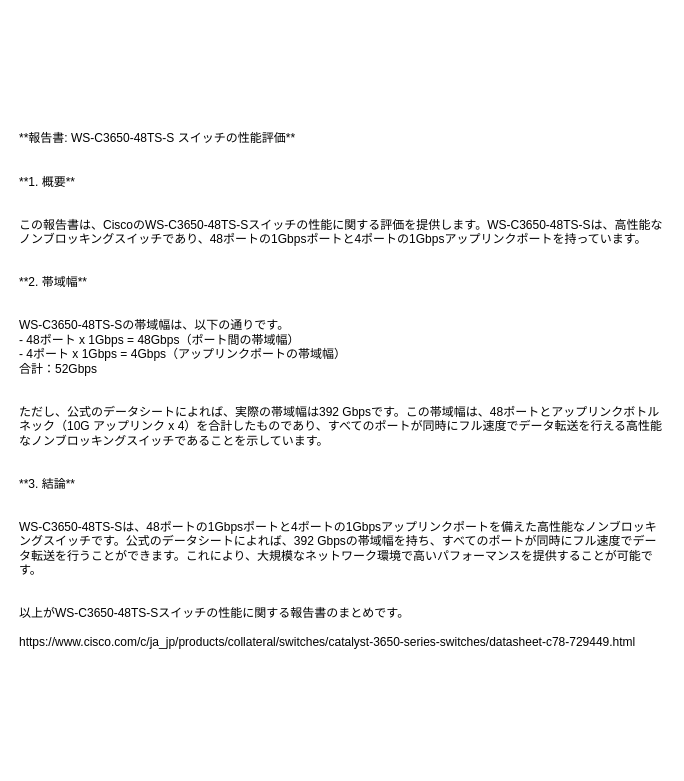
Earlier version of the draw.io diagram page "Cisco" (1 of 4) of memo.drawio (kyforprogram/ccna). Source tidied: cells renumbered, new cells numbered last; positions are measured from the earlier drawing's top-left corner, leaving out a move shared by most shapes. Both pictures are drawn from the tidied source at 100%, with x=0, y=0 at pixel (17, 110).
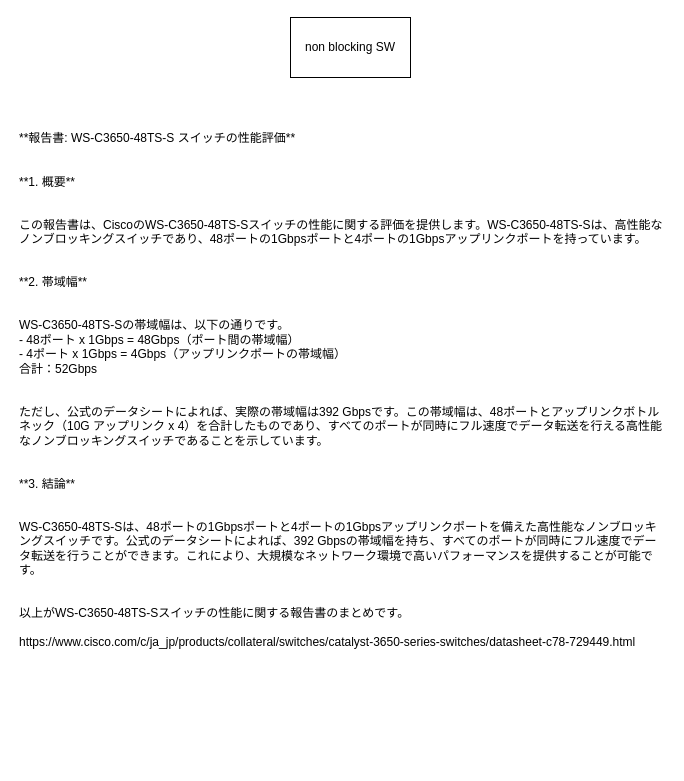
Above is the later version.

Commit message:
memo.drawio を更新します

Change to the diagram source:
```diff
@@
 <mxGraphModel>
   <root>
     <mxCell id="0" />
     <mxCell id="1" parent="0" />
     <mxCell id="2" value="&#10;**報告書: WS-C3650-48TS-S スイッチの性能評価**&#10;&#10;&#10;**1. 概要**&#10;&#10;&#10;この報告書は、CiscoのWS-C3650-48TS-Sスイッチの性能に関する評価を提供します。WS-C3650-48TS-Sは、高性能なノンブロッキングスイッチであり、48ポートの1Gbpsポートと4ポートの1Gbpsアップリンクポートを持っています。&#10;&#10;&#10;**2. 帯域幅**&#10;&#10;&#10;WS-C3650-48TS-Sの帯域幅は、以下の通りです。&#10;- 48ポート x 1Gbps = 48Gbps（ポート間の帯域幅）&#10;- 4ポート x 1Gbps = 4Gbps（アップリンクポートの帯域幅）&#10;合計：52Gbps&#10;&#10;&#10;ただし、公式のデータシートによれば、実際の帯域幅は392 Gbpsです。この帯域幅は、48ポートとアップリンクボトルネック（10G アップリンク x 4）を合計したものであり、すべてのポートが同時にフル速度でデータ転送を行える高性能なノンブロッキングスイッチであることを示しています。&#10;&#10;&#10;**3. 結論**&#10;&#10;&#10;WS-C3650-48TS-Sは、48ポートの1Gbpsポートと4ポートの1Gbpsアップリンクポートを備えた高性能なノンブロッキングスイッチです。公式のデータシートによれば、392 Gbpsの帯域幅を持ち、すべてのポートが同時にフル速度でデータ転送を行うことができます。これにより、大規模なネットワーク環境で高いパフォーマンスを提供することが可能です。&#10;&#10;&#10;以上がWS-C3650-48TS-Sスイッチの性能に関する報告書のまとめです。&#10;&#10;https://www.cisco.com/c/ja_jp/products/collateral/switches/catalyst-3650-series-switches/datasheet-c78-729449.html" style="text;whiteSpace=wrap;" parent="1" vertex="1">
       <mxGeometry width="650" height="653" as="geometry" />
     </mxCell>
+    <mxCell id="3" value="non blocking SW" style="whiteSpace=wrap;html=1;" parent="1" vertex="1">
+      <mxGeometry x="273" y="-93" width="120" height="60" as="geometry" />
+    </mxCell>
   </root>
 </mxGraphModel>
```
